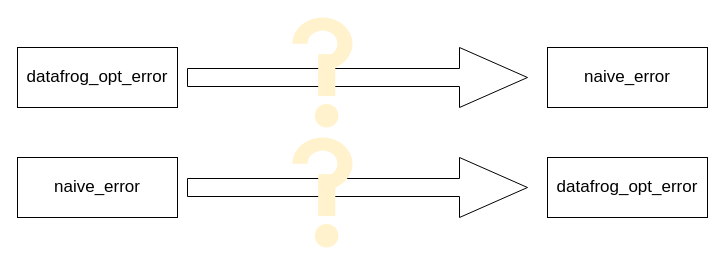
Before: presentation/do2naive_question.drawio in lengyijun/polonius-proof, a draw.io diagram. Source tidied: cells renumbered, new cells numbered last; positions are measured from the earlier drawing's top-left corner, leaving out a move shared by most shapes. Both pictures are drawn from the tidied source at 100%, with x=0, y=0 at pixel (17, 17).
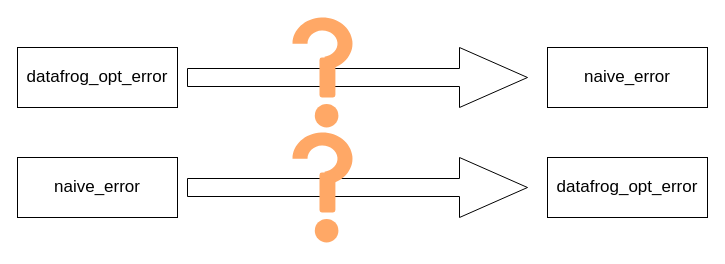
The same page after the edit.

Change to the diagram source:
```diff
@@
 <mxGraphModel>
   <root>
     <mxCell id="0" />
     <mxCell id="1" parent="0" />
     <mxCell id="2" value="naive_error" style="rounded=0;whiteSpace=wrap;html=1;fontSize=17;" parent="1" vertex="1">
       <mxGeometry y="140" width="160" height="60" as="geometry" />
     </mxCell>
     <mxCell id="3" value="datafrog_opt_error" style="rounded=0;whiteSpace=wrap;html=1;fontSize=17;" parent="1" vertex="1">
       <mxGeometry x="530" y="140" width="160" height="60" as="geometry" />
     </mxCell>
     <mxCell id="4" style="shape=singleArrow;whiteSpace=wrap;html=1;fontSize=17;" parent="1" vertex="1">
       <mxGeometry x="170" y="140" width="340" height="60" as="geometry" />
     </mxCell>
     <mxCell id="5" value="datafrog_opt_error" style="rounded=0;whiteSpace=wrap;html=1;fontSize=17;" parent="1" vertex="1">
       <mxGeometry y="30" width="160" height="60" as="geometry" />
     </mxCell>
     <mxCell id="6" value="naive_error" style="rounded=0;whiteSpace=wrap;html=1;fontSize=17;" parent="1" vertex="1">
       <mxGeometry x="530" y="30" width="160" height="60" as="geometry" />
     </mxCell>
     <mxCell id="7" style="shape=singleArrow;whiteSpace=wrap;html=1;fontSize=17;" parent="1" vertex="1">
       <mxGeometry x="170" y="30" width="340" height="60" as="geometry" />
     </mxCell>
-    <mxCell id="8" style="group;" parent="1" vertex="1">
-      <mxGeometry x="275" width="60" height="110" as="geometry" />
-    </mxCell>
-    <mxCell id="9" style="group;" parent="8" vertex="1">
-      <mxGeometry width="60" height="78.6" as="geometry" />
-    </mxCell>
-    <mxCell id="10" style="verticalLabelPosition=bottom;verticalAlign=top;html=1;shape=mxgraph.basic.partConcEllipse;startAngle=0.25;endAngle=0.9374428733252864;arcWidth=0.5;rotation=-180;fillColor=#fff2cc;strokeColor=none;" parent="9" vertex="1">
-      <mxGeometry width="60" height="52.4" as="geometry" />
-    </mxCell>
-    <mxCell id="11" style="rounded=0;whiteSpace=wrap;html=1;fillColor=#fff2cc;strokeColor=none;" parent="9" vertex="1">
-      <mxGeometry x="25.7" y="36.7" width="17.1" height="41.9" as="geometry" />
-    </mxCell>
-    <mxCell id="12" style="ellipse;whiteSpace=wrap;html=1;fillColor=#fff2cc;strokeColor=none;" parent="8" vertex="1">
-      <mxGeometry x="22.3" y="86.4" width="23.6" height="23.6" as="geometry" />
-    </mxCell>
-    <mxCell id="13" style="group;" parent="1" vertex="1">
-      <mxGeometry x="275" y="120" width="60" height="110" as="geometry" />
-    </mxCell>
-    <mxCell id="14" style="group;" parent="13" vertex="1">
-      <mxGeometry width="60" height="78.6" as="geometry" />
-    </mxCell>
-    <mxCell id="15" style="verticalLabelPosition=bottom;verticalAlign=top;html=1;shape=mxgraph.basic.partConcEllipse;startAngle=0.25;endAngle=0.9374428733252864;arcWidth=0.5;rotation=-180;fillColor=#fff2cc;strokeColor=none;" parent="14" vertex="1">
-      <mxGeometry width="60" height="52.4" as="geometry" />
-    </mxCell>
-    <mxCell id="16" style="rounded=0;whiteSpace=wrap;html=1;fillColor=#fff2cc;strokeColor=none;" parent="14" vertex="1">
-      <mxGeometry x="25.7" y="36.7" width="17.1" height="41.9" as="geometry" />
-    </mxCell>
-    <mxCell id="17" style="ellipse;whiteSpace=wrap;html=1;fillColor=#fff2cc;strokeColor=none;" parent="13" vertex="1">
-      <mxGeometry x="22.3" y="86.4" width="23.6" height="23.6" as="geometry" />
-    </mxCell>
+    <mxCell id="18" style="group;fillColor=none;" parent="1" vertex="1">
+      <mxGeometry x="275" width="60" height="110" as="geometry" />
+    </mxCell>
+    <mxCell id="19" style="group;" parent="18" vertex="1">
+      <mxGeometry width="60" height="100" as="geometry" />
+    </mxCell>
+    <mxCell id="20" style="verticalLabelPosition=bottom;verticalAlign=top;html=1;shape=mxgraph.basic.partConcEllipse;startAngle=0.25;endAngle=0.9786695449795314;arcWidth=0.5;rotation=-180;fillColor=#FFA866;strokeColor=none;" parent="19" vertex="1">
+      <mxGeometry width="60" height="52.4" as="geometry" />
+    </mxCell>
+    <mxCell id="21" style="rounded=1;whiteSpace=wrap;html=1;fillColor=#FFA866;strokeColor=none;" parent="19" vertex="1">
+      <mxGeometry x="27" y="40" width="15.9" height="40" as="geometry" />
+    </mxCell>
+    <mxCell id="22" style="ellipse;whiteSpace=wrap;html=1;fillColor=#FFA866;strokeColor=none;" parent="18" vertex="1">
+      <mxGeometry x="22.3" y="86.4" width="23.6" height="23.6" as="geometry" />
+    </mxCell>
+    <mxCell id="23" style="group;fillColor=none;" parent="1" vertex="1">
+      <mxGeometry x="275" y="115" width="60" height="110" as="geometry" />
+    </mxCell>
+    <mxCell id="24" style="group;" parent="23" vertex="1">
+      <mxGeometry width="60" height="100" as="geometry" />
+    </mxCell>
+    <mxCell id="25" style="verticalLabelPosition=bottom;verticalAlign=top;html=1;shape=mxgraph.basic.partConcEllipse;startAngle=0.25;endAngle=0.9786695449795314;arcWidth=0.5;rotation=-180;fillColor=#FFA866;strokeColor=none;" parent="24" vertex="1">
+      <mxGeometry width="60" height="52.4" as="geometry" />
+    </mxCell>
+    <mxCell id="26" style="rounded=1;whiteSpace=wrap;html=1;fillColor=#FFA866;strokeColor=none;" parent="24" vertex="1">
+      <mxGeometry x="27" y="40" width="15.9" height="40" as="geometry" />
+    </mxCell>
+    <mxCell id="27" style="ellipse;whiteSpace=wrap;html=1;fillColor=#FFA866;strokeColor=none;" parent="23" vertex="1">
+      <mxGeometry x="22.3" y="86.4" width="23.6" height="23.6" as="geometry" />
+    </mxCell>
   </root>
 </mxGraphModel>
```
